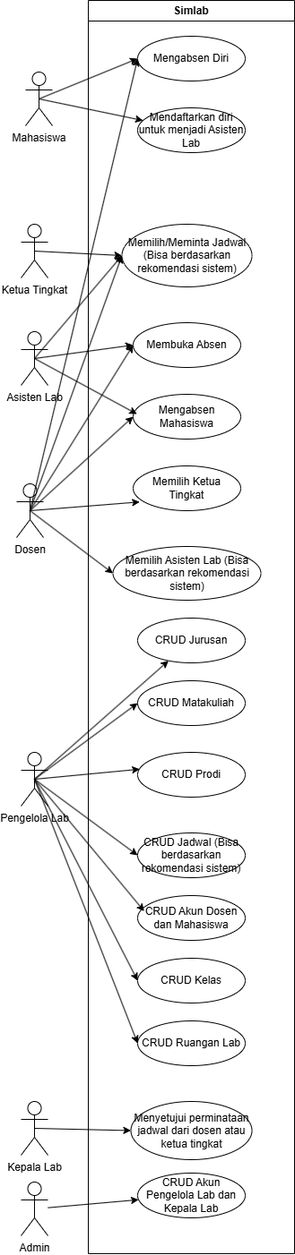
Before: docs/images/usecase.png, a diagram exported from draw.io (codebaradev/Simlab). Source tidied: cells renumbered, new cells last; positions are measured from the earlier drawing's top-left corner, leaving out a move shared by most shapes.
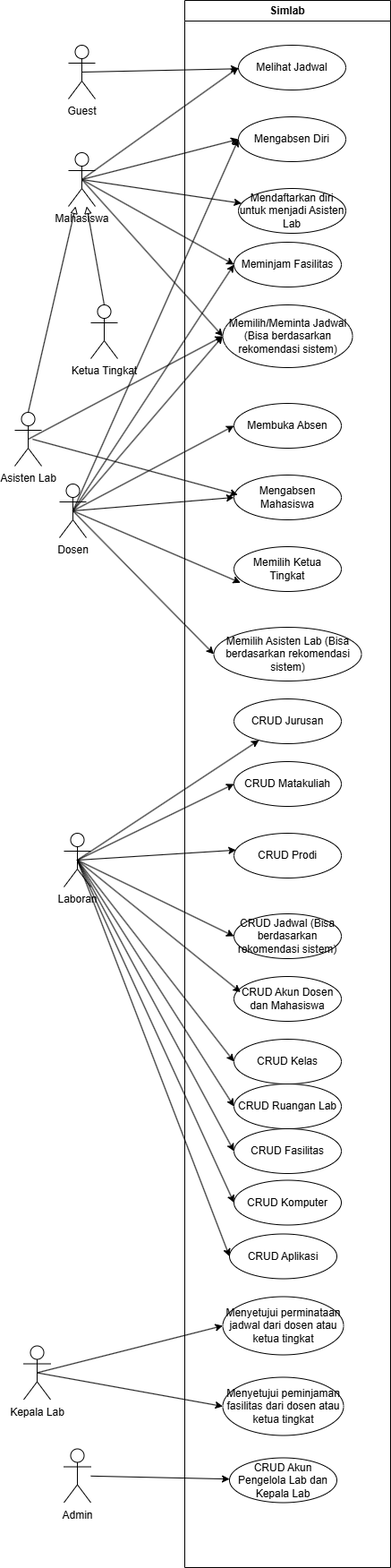
Later version of the same file.

What changed in the source:
```diff
@@ -8,24 +8,27 @@
     <mxCell id="3" style="edgeStyle=none;html=1;exitX=0.5;exitY=0.5;exitDx=0;exitDy=0;exitPerimeter=0;" parent="1" edge="1" source="4" target="7">
       <mxGeometry relative="1" as="geometry" />
     </mxCell>
+    <mxCell id="47" style="edgeStyle=none;html=1;exitX=0.5;exitY=0.5;exitDx=0;exitDy=0;exitPerimeter=0;entryX=0;entryY=0.5;entryDx=0;entryDy=0;" parent="1" edge="1" source="4" target="51">
+      <mxGeometry relative="1" as="geometry" />
+    </mxCell>
+    <mxCell id="48" style="edgeStyle=none;html=1;exitX=0.5;exitY=0.5;exitDx=0;exitDy=0;exitPerimeter=0;entryX=0;entryY=0.5;entryDx=0;entryDy=0;" parent="1" edge="1" source="4" target="16">
+      <mxGeometry relative="1" as="geometry" />
+    </mxCell>
+    <mxCell id="49" style="edgeStyle=none;html=1;exitX=0.5;exitY=0.5;exitDx=0;exitDy=0;exitPerimeter=0;entryX=0;entryY=0.5;entryDx=0;entryDy=0;" parent="1" edge="1" source="4" target="52">
+      <mxGeometry relative="1" as="geometry" />
+    </mxCell>
     <mxCell id="4" value="Mahasiswa" style="shape=umlActor;verticalLabelPosition=bottom;verticalAlign=top;html=1;outlineConnect=0;" parent="1" vertex="1">
-      <mxGeometry x="10" y="80" width="30" height="60" as="geometry" />
+      <mxGeometry x="-50" y="80" width="30" height="60" as="geometry" />
     </mxCell>
     <mxCell id="5" value="Simlab" style="swimlane;whiteSpace=wrap;html=1;" parent="1" vertex="1">
-      <mxGeometry x="80" width="230" height="1400" as="geometry" />
+      <mxGeometry x="80" y="-90" width="230" height="1750" as="geometry" />
     </mxCell>
     <mxCell id="6" value="Mengabsen Diri" style="ellipse;whiteSpace=wrap;html=1;" parent="5" vertex="1">
-      <mxGeometry x="55" y="40" width="120" height="50" as="geometry" />
+      <mxGeometry x="60" y="130" width="120" height="50" as="geometry" />
     </mxCell>
     <mxCell id="7" value="Mendaftarkan diri untuk menjadi Asisten Lab" style="ellipse;whiteSpace=wrap;html=1;" parent="5" vertex="1">
-      <mxGeometry x="55" y="120" width="120" height="50" as="geometry" />
+      <mxGeometry x="60" y="210" width="120" height="50" as="geometry" />
     </mxCell>
-    <mxCell id="8" style="edgeStyle=none;html=1;exitX=0.5;exitY=0.5;exitDx=0;exitDy=0;exitPerimeter=0;entryX=0;entryY=0.5;entryDx=0;entryDy=0;" parent="5" edge="1" source="9" target="16">
-      <mxGeometry relative="1" as="geometry" />
-    </mxCell>
-    <mxCell id="9" value="Ketua Tingkat" style="shape=umlActor;verticalLabelPosition=bottom;verticalAlign=top;html=1;outlineConnect=0;" parent="5" vertex="1">
-      <mxGeometry x="-75" y="250" width="30" height="60" as="geometry" />
-    </mxCell>
     <mxCell id="10" style="edgeStyle=none;html=1;exitX=0.5;exitY=0.5;exitDx=0;exitDy=0;exitPerimeter=0;entryX=0;entryY=0.5;entryDx=0;entryDy=0;" parent="5" edge="1" source="14" target="17">
       <mxGeometry relative="1" as="geometry" />
     </mxCell>
@@ -38,42 +41,66 @@
     <mxCell id="13" style="edgeStyle=none;html=1;exitX=0.5;exitY=0.5;exitDx=0;exitDy=0;exitPerimeter=0;entryX=0;entryY=0.5;entryDx=0;entryDy=0;" parent="5" edge="1" source="14" target="16">
       <mxGeometry relative="1" as="geometry" />
     </mxCell>
+    <mxCell id="50" style="edgeStyle=none;html=1;exitX=0.5;exitY=0.5;exitDx=0;exitDy=0;exitPerimeter=0;entryX=0;entryY=0.5;entryDx=0;entryDy=0;" parent="5" edge="1" source="14" target="51">
+      <mxGeometry relative="1" as="geometry" />
+    </mxCell>
     <mxCell id="14" value="Dosen" style="shape=umlActor;verticalLabelPosition=bottom;verticalAlign=top;html=1;outlineConnect=0;" parent="5" vertex="1">
-      <mxGeometry x="-80" y="540" width="30" height="60" as="geometry" />
+      <mxGeometry x="-140" y="540" width="30" height="60" as="geometry" />
     </mxCell>
     <mxCell id="15" style="edgeStyle=none;html=1;exitX=0.5;exitY=0.5;exitDx=0;exitDy=0;exitPerimeter=0;entryX=0;entryY=0.5;entryDx=0;entryDy=0;" parent="5" edge="1" source="14" target="6">
       <mxGeometry relative="1" as="geometry" />
     </mxCell>
     <mxCell id="16" value="Memilih/Meminta Jadwal (Bisa berdasarkan rekomendasi sistem)" style="ellipse;whiteSpace=wrap;html=1;" parent="5" vertex="1">
-      <mxGeometry x="37.5" y="250" width="145" height="70" as="geometry" />
+      <mxGeometry x="42.5" y="340" width="145" height="70" as="geometry" />
     </mxCell>
     <mxCell id="17" value="Membuka Absen" style="ellipse;whiteSpace=wrap;html=1;" parent="5" vertex="1">
-      <mxGeometry x="50" y="360" width="120" height="50" as="geometry" />
+      <mxGeometry x="55" y="450" width="120" height="50" as="geometry" />
     </mxCell>
     <mxCell id="18" value="Mengabsen Mahasiswa" style="ellipse;whiteSpace=wrap;html=1;" parent="5" vertex="1">
-      <mxGeometry x="50" y="440" width="120" height="50" as="geometry" />
+      <mxGeometry x="55" y="530" width="120" height="50" as="geometry" />
     </mxCell>
     <mxCell id="19" value="Memilih Ketua Tingkat" style="ellipse;whiteSpace=wrap;html=1;" parent="5" vertex="1">
-      <mxGeometry x="50" y="520" width="120" height="50" as="geometry" />
+      <mxGeometry x="55" y="610" width="120" height="50" as="geometry" />
     </mxCell>
     <mxCell id="20" value="Memilih Asisten Lab (Bisa berdasarkan rekomendasi sistem)" style="ellipse;whiteSpace=wrap;html=1;" parent="5" vertex="1">
-      <mxGeometry x="27.5" y="610" width="165" height="60" as="geometry" />
+      <mxGeometry x="32.5" y="700" width="165" height="60" as="geometry" />
     </mxCell>
-    <mxCell id="21" style="edgeStyle=none;html=1;exitX=0.5;exitY=0.5;exitDx=0;exitDy=0;exitPerimeter=0;entryX=0;entryY=0.5;entryDx=0;entryDy=0;" parent="5" edge="1" source="23" target="17">
-      <mxGeometry relative="1" as="geometry" />
-    </mxCell>
-    <mxCell id="22" style="edgeStyle=none;html=1;exitX=0.5;exitY=0.5;exitDx=0;exitDy=0;exitPerimeter=0;entryX=0;entryY=0.5;entryDx=0;entryDy=0;" parent="5" edge="1" source="23" target="16">
-      <mxGeometry relative="1" as="geometry" />
-    </mxCell>
-    <mxCell id="23" value="Asisten Lab" style="shape=umlActor;verticalLabelPosition=bottom;verticalAlign=top;html=1;outlineConnect=0;" parent="5" vertex="1">
-      <mxGeometry x="-75" y="370" width="30" height="60" as="geometry" />
-    </mxCell>
     <mxCell id="24" style="edgeStyle=none;html=1;exitX=0.5;exitY=0.5;exitDx=0;exitDy=0;exitPerimeter=0;entryX=0.061;entryY=0.805;entryDx=0;entryDy=0;entryPerimeter=0;" parent="5" edge="1" source="14" target="19">
       <mxGeometry relative="1" as="geometry" />
     </mxCell>
-    <mxCell id="25" style="edgeStyle=none;html=1;exitX=0.5;exitY=0.5;exitDx=0;exitDy=0;exitPerimeter=0;entryX=0.035;entryY=0.44;entryDx=0;entryDy=0;entryPerimeter=0;" parent="5" edge="1" source="23" target="18">
-      <mxGeometry relative="1" as="geometry" />
-    </mxCell>
+    <mxCell id="51" value="Meminjam Fasilitas" style="ellipse;whiteSpace=wrap;html=1;" parent="5" vertex="1">
+      <mxGeometry x="55" y="270" width="120" height="50" as="geometry" />
+    </mxCell>
+    <mxCell id="45" value="Admin" style="shape=umlActor;verticalLabelPosition=bottom;verticalAlign=top;html=1;outlineConnect=0;" parent="5" vertex="1">
+      <mxGeometry x="-135" y="1617.5" width="30" height="60" as="geometry" />
+    </mxCell>
+    <mxCell id="41" style="edgeStyle=none;html=1;" parent="5" edge="1" source="45" target="32">
+      <mxGeometry relative="1" as="geometry" />
+    </mxCell>
+    <mxCell id="52" value="Melihat Jadwal" style="ellipse;whiteSpace=wrap;html=1;" parent="5" vertex="1">
+      <mxGeometry x="60" y="50" width="120" height="50" as="geometry" />
+    </mxCell>
+    <mxCell id="53" value="Menyetujui peminjaman fasilitas dari dosen atau ketua tingkat" style="ellipse;whiteSpace=wrap;html=1;" parent="5" vertex="1">
+      <mxGeometry x="42.5" y="1537.5" width="135" height="65" as="geometry" />
+    </mxCell>
+    <mxCell id="33" value="Menyetujui perminataan jadwal dari dosen atau ketua tingkat" style="ellipse;whiteSpace=wrap;html=1;" parent="5" vertex="1">
+      <mxGeometry x="42.5" y="1447.5" width="135" height="65" as="geometry" />
+    </mxCell>
+    <mxCell id="32" value="CRUD Akun Pengelola Lab dan Kepala Lab" style="ellipse;whiteSpace=wrap;html=1;" parent="5" vertex="1">
+      <mxGeometry x="50" y="1627.5" width="120" height="50" as="geometry" />
+    </mxCell>
+    <mxCell id="54" value="CRUD Fasilitas" style="ellipse;whiteSpace=wrap;html=1;" parent="5" vertex="1">
+      <mxGeometry x="55" y="1260" width="120" height="50" as="geometry" />
+    </mxCell>
+    <mxCell id="55" value="CRUD Komputer" style="ellipse;whiteSpace=wrap;html=1;" parent="5" vertex="1">
+      <mxGeometry x="55" y="1317.5" width="120" height="50" as="geometry" />
+    </mxCell>
+    <mxCell id="56" value="CRUD Aplikasi" style="ellipse;whiteSpace=wrap;html=1;" parent="5" vertex="1">
+      <mxGeometry x="50" y="1377.5" width="120" height="50" as="geometry" />
+    </mxCell>
+    <mxCell id="34" value="CRUD Ruangan Lab" style="ellipse;whiteSpace=wrap;html=1;" parent="5" vertex="1">
+      <mxGeometry x="55" y="1210" width="120" height="50" as="geometry" />
+    </mxCell>
     <mxCell id="26" value="CRUD Jurusan" style="ellipse;whiteSpace=wrap;html=1;" parent="1" vertex="1">
       <mxGeometry x="135" y="690" width="120" height="50" as="geometry" />
     </mxCell>
@@ -92,15 +119,6 @@
     <mxCell id="31" value="CRUD Prodi" style="ellipse;whiteSpace=wrap;html=1;" parent="1" vertex="1">
       <mxGeometry x="135" y="840" width="120" height="50" as="geometry" />
     </mxCell>
-    <mxCell id="32" value="CRUD Akun Pengelola Lab dan Kepala Lab" style="ellipse;whiteSpace=wrap;html=1;" parent="1" vertex="1">
-      <mxGeometry x="135" y="1310" width="120" height="50" as="geometry" />
-    </mxCell>
-    <mxCell id="33" value="Menyetujui perminataan jadwal dari dosen atau ketua tingkat" style="ellipse;whiteSpace=wrap;html=1;" parent="1" vertex="1">
-      <mxGeometry x="127.5" y="1230" width="135" height="65" as="geometry" />
-    </mxCell>
-    <mxCell id="34" value="CRUD Ruangan Lab" style="ellipse;whiteSpace=wrap;html=1;" parent="1" vertex="1">
-      <mxGeometry x="135" y="1140" width="120" height="50" as="geometry" />
-    </mxCell>
     <mxCell id="35" style="edgeStyle=none;html=1;exitX=0.5;exitY=0.5;exitDx=0;exitDy=0;exitPerimeter=0;" parent="1" edge="1" source="46" target="26">
       <mxGeometry relative="1" as="geometry" />
     </mxCell>
@@ -119,23 +137,55 @@
     <mxCell id="40" style="edgeStyle=none;html=1;exitX=0.5;exitY=0.5;exitDx=0;exitDy=0;exitPerimeter=0;entryX=0.019;entryY=0.376;entryDx=0;entryDy=0;entryPerimeter=0;" parent="1" edge="1" source="46" target="31">
       <mxGeometry relative="1" as="geometry" />
     </mxCell>
-    <mxCell id="41" style="edgeStyle=none;html=1;" parent="1" edge="1" source="45" target="32">
-      <mxGeometry relative="1" as="geometry" />
-    </mxCell>
+    <mxCell id="43" style="edgeStyle=none;html=1;exitX=0.5;exitY=0.5;exitDx=0;exitDy=0;exitPerimeter=0;entryX=0;entryY=0.5;entryDx=0;entryDy=0;" parent="1" edge="1" source="46" target="34">
+      <mxGeometry relative="1" as="geometry" />
+    </mxCell>
+    <mxCell id="57" style="edgeStyle=none;html=1;exitX=0.5;exitY=0.5;exitDx=0;exitDy=0;exitPerimeter=0;entryX=0;entryY=0.5;entryDx=0;entryDy=0;" parent="1" edge="1" source="46" target="54">
+      <mxGeometry relative="1" as="geometry" />
+    </mxCell>
+    <mxCell id="58" style="edgeStyle=none;html=1;exitX=0.5;exitY=0.5;exitDx=0;exitDy=0;exitPerimeter=0;entryX=0;entryY=0.5;entryDx=0;entryDy=0;" parent="1" edge="1" source="46" target="55">
+      <mxGeometry relative="1" as="geometry" />
+    </mxCell>
+    <mxCell id="59" style="edgeStyle=none;html=1;exitX=0.5;exitY=0.5;exitDx=0;exitDy=0;exitPerimeter=0;entryX=0;entryY=0.5;entryDx=0;entryDy=0;" parent="1" edge="1" source="46" target="56">
+      <mxGeometry relative="1" as="geometry" />
+    </mxCell>
+    <mxCell id="46" value="Laboran" style="shape=umlActor;verticalLabelPosition=bottom;verticalAlign=top;html=1;outlineConnect=0;" parent="1" vertex="1">
+      <mxGeometry x="-55" y="840" width="30" height="60" as="geometry" />
+    </mxCell>
+    <mxCell id="44" value="Kepala Lab&lt;div&gt;&lt;br&gt;&lt;/div&gt;" style="shape=umlActor;verticalLabelPosition=bottom;verticalAlign=top;html=1;outlineConnect=0;" parent="1" vertex="1">
+      <mxGeometry x="-100" y="1412.5" width="30" height="60" as="geometry" />
+    </mxCell>
     <mxCell id="42" style="edgeStyle=none;html=1;exitX=0.5;exitY=0.5;exitDx=0;exitDy=0;exitPerimeter=0;entryX=0;entryY=0.5;entryDx=0;entryDy=0;" parent="1" edge="1" source="44" target="33">
       <mxGeometry relative="1" as="geometry" />
     </mxCell>
-    <mxCell id="43" style="edgeStyle=none;html=1;exitX=0.5;exitY=0.5;exitDx=0;exitDy=0;exitPerimeter=0;entryX=0;entryY=0.5;entryDx=0;entryDy=0;" parent="1" edge="1" source="46" target="34">
-      <mxGeometry relative="1" as="geometry" />
-    </mxCell>
-    <mxCell id="44" value="Kepala Lab&lt;div&gt;&lt;br&gt;&lt;/div&gt;" style="shape=umlActor;verticalLabelPosition=bottom;verticalAlign=top;html=1;outlineConnect=0;" parent="1" vertex="1">
-      <mxGeometry x="5" y="1230" width="30" height="60" as="geometry" />
-    </mxCell>
-    <mxCell id="45" value="Admin" style="shape=umlActor;verticalLabelPosition=bottom;verticalAlign=top;html=1;outlineConnect=0;" parent="1" vertex="1">
-      <mxGeometry x="5" y="1320" width="30" height="60" as="geometry" />
-    </mxCell>
-    <mxCell id="46" value="Pengelola Lab&lt;div&gt;&lt;br&gt;&lt;/div&gt;" style="shape=umlActor;verticalLabelPosition=bottom;verticalAlign=top;html=1;outlineConnect=0;" parent="1" vertex="1">
-      <mxGeometry x="5" y="840" width="30" height="60" as="geometry" />
-    </mxCell>
+    <mxCell id="60" style="edgeStyle=none;html=1;exitX=0.5;exitY=0.5;exitDx=0;exitDy=0;exitPerimeter=0;entryX=0;entryY=0.5;entryDx=0;entryDy=0;" parent="1" edge="1" source="44" target="53">
+      <mxGeometry relative="1" as="geometry" />
+    </mxCell>
+    <mxCell id="61" style="edgeStyle=none;html=1;exitX=0.5;exitY=0;exitDx=0;exitDy=0;exitPerimeter=0;endArrow=block;endFill=0;" parent="1" edge="1" source="9" target="4">
+      <mxGeometry relative="1" as="geometry" />
+    </mxCell>
+    <mxCell id="62" style="edgeStyle=none;html=1;exitX=0.5;exitY=0;exitDx=0;exitDy=0;exitPerimeter=0;endArrow=block;endFill=0;" parent="1" edge="1" source="23" target="4">
+      <mxGeometry relative="1" as="geometry" />
+    </mxCell>
+    <mxCell id="23" value="Asisten Lab" style="shape=umlActor;verticalLabelPosition=bottom;verticalAlign=top;html=1;outlineConnect=0;" parent="1" vertex="1">
+      <mxGeometry x="-110" y="370" width="30" height="60" as="geometry" />
+    </mxCell>
+    <mxCell id="22" style="edgeStyle=none;html=1;exitX=0.5;exitY=0.5;exitDx=0;exitDy=0;exitPerimeter=0;entryX=0;entryY=0.5;entryDx=0;entryDy=0;" parent="1" edge="1" source="23" target="16">
+      <mxGeometry relative="1" as="geometry" />
+    </mxCell>
+    <mxCell id="25" style="edgeStyle=none;html=1;entryX=0.035;entryY=0.44;entryDx=0;entryDy=0;entryPerimeter=0;" parent="1" edge="1" target="18">
+      <mxGeometry relative="1" as="geometry">
+        <mxPoint x="-90" y="400" as="sourcePoint" />
+      </mxGeometry>
+    </mxCell>
+    <mxCell id="9" value="Ketua Tingkat" style="shape=umlActor;verticalLabelPosition=bottom;verticalAlign=top;html=1;outlineConnect=0;" parent="1" vertex="1">
+      <mxGeometry x="-25" y="250" width="30" height="60" as="geometry" />
+    </mxCell>
+    <mxCell id="63" style="edgeStyle=none;html=1;exitX=0.5;exitY=0.5;exitDx=0;exitDy=0;exitPerimeter=0;" parent="1" edge="1" source="64" target="52">
+      <mxGeometry relative="1" as="geometry" />
+    </mxCell>
+    <mxCell id="64" value="Guest" style="shape=umlActor;verticalLabelPosition=bottom;verticalAlign=top;html=1;outlineConnect=0;" parent="1" vertex="1">
+      <mxGeometry x="-50" y="-40" width="30" height="60" as="geometry" />
+    </mxCell>
   </root>
 </mxGraphModel>
```
